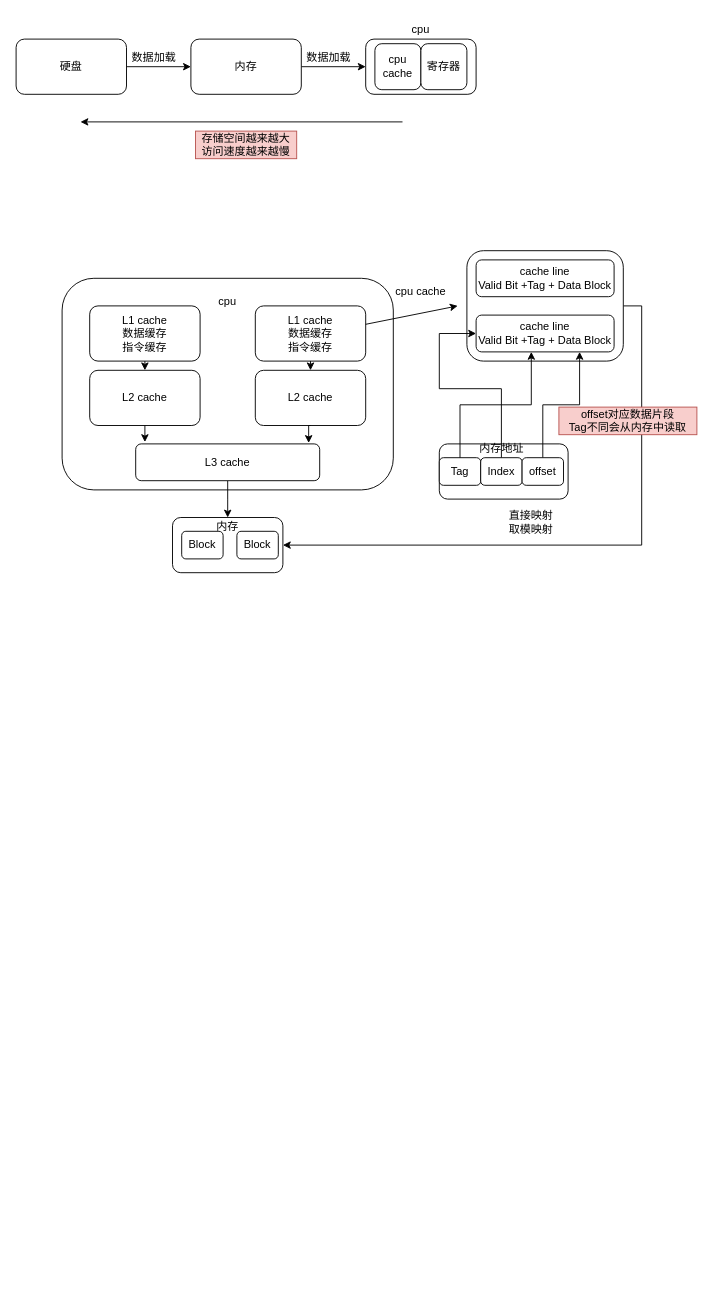
Before: 操作系统.drawio in 1155200424/diagrams, a draw.io diagram. Source tidied: cells renumbered, new cells numbered last; positions are measured from the earlier drawing's top-left corner, leaving out a move shared by most shapes. Both pictures are drawn from the tidied source at 92%, with x=0, y=0 at pixel (16, 16).
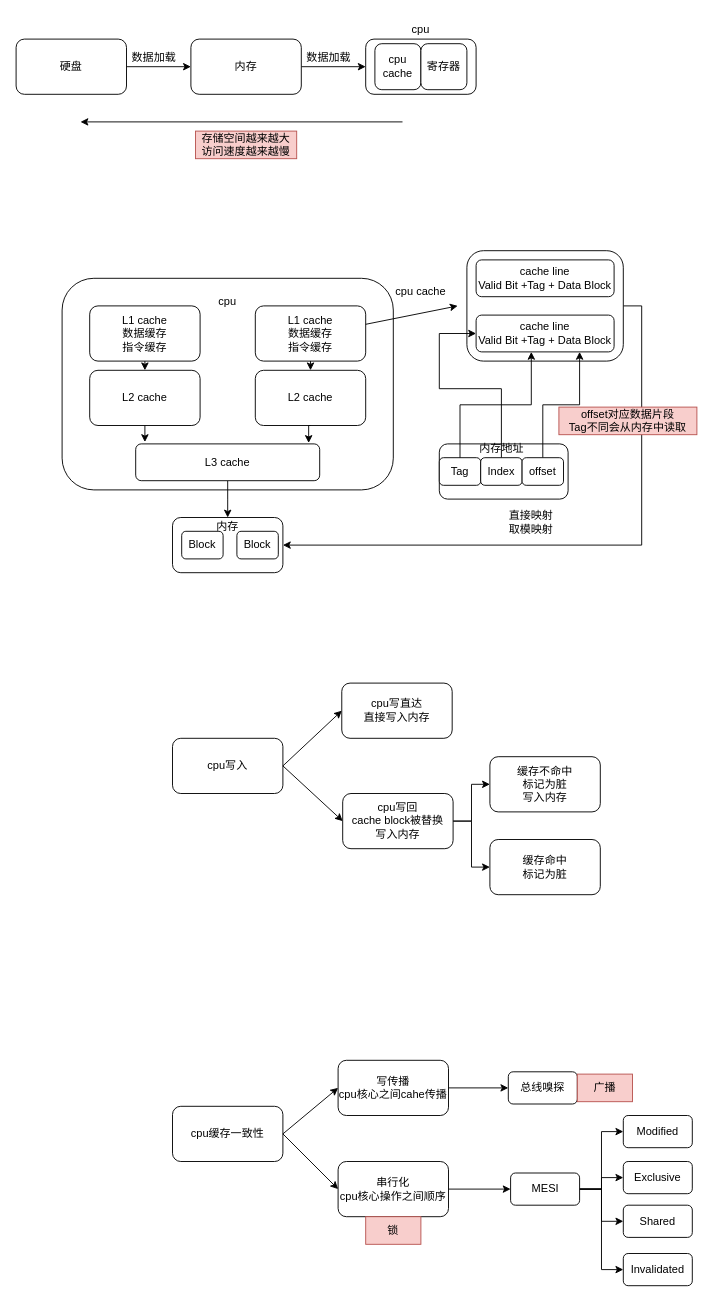
Above is the later version.

Commit message (it also covers changes not shown here):
更新操作系统.drawio

Diff of the diagram source:
```diff
@@
+    <mxCell id="46" value="cpu写入" style="rounded=1;whiteSpace=wrap;html=1;" parent="1" vertex="1">
+      <mxGeometry x="170" y="785" width="120" height="60" as="geometry" />
+    </mxCell>
+    <mxCell id="47" value="cpu写直达&lt;br&gt;直接写入内存" style="rounded=1;whiteSpace=wrap;html=1;" parent="1" vertex="1">
+      <mxGeometry x="354" y="725" width="120" height="60" as="geometry" />
+    </mxCell>
+    <mxCell id="48" style="edgeStyle=orthogonalEdgeStyle;rounded=0;jettySize=auto;html=1;exitX=1;exitY=0.5;exitDx=0;exitDy=0;entryX=0;entryY=0.5;entryDx=0;entryDy=0;" parent="1" edge="1" source="50" target="51">
+      <mxGeometry relative="1" as="geometry" />
+    </mxCell>
+    <mxCell id="49" style="edgeStyle=orthogonalEdgeStyle;rounded=0;jettySize=auto;html=1;exitX=1;exitY=0.5;exitDx=0;exitDy=0;entryX=0;entryY=0.5;entryDx=0;entryDy=0;" parent="1" edge="1" source="50" target="52">
+      <mxGeometry relative="1" as="geometry" />
+    </mxCell>
+    <mxCell id="50" value="cpu写回&lt;br&gt;cache block被替换&lt;br&gt;写入内存" style="rounded=1;whiteSpace=wrap;html=1;" parent="1" vertex="1">
+      <mxGeometry x="355" y="845" width="120" height="60" as="geometry" />
+    </mxCell>
+    <mxCell id="51" value="缓存不命中&lt;br&gt;标记为脏&lt;br&gt;写入内存" style="rounded=1;whiteSpace=wrap;html=1;" parent="1" vertex="1">
+      <mxGeometry x="515" y="805" width="120" height="60" as="geometry" />
+    </mxCell>
+    <mxCell id="52" value="缓存命中&lt;br&gt;标记为脏" style="rounded=1;whiteSpace=wrap;html=1;" parent="1" vertex="1">
+      <mxGeometry x="515" y="895" width="120" height="60" as="geometry" />
+    </mxCell>
+    <mxCell id="53" style="endArrow=classic;html=1;rounded=0;entryX=0;entryY=0.5;entryDx=0;entryDy=0;" parent="1" edge="1" target="47">
+      <mxGeometry relative="1" as="geometry">
+        <mxPoint x="290" y="815" as="sourcePoint" />
+      </mxGeometry>
+    </mxCell>
+    <mxCell id="54" style="endArrow=classic;html=1;rounded=0;entryX=0;entryY=0.5;entryDx=0;entryDy=0;" parent="1" edge="1" target="50">
+      <mxGeometry relative="1" as="geometry">
+        <mxPoint x="290" y="815" as="sourcePoint" />
+      </mxGeometry>
+    </mxCell>
+    <mxCell id="55" value="cpu缓存一致性" style="rounded=1;whiteSpace=wrap;html=1;" parent="1" vertex="1">
+      <mxGeometry x="170" y="1185" width="120" height="60" as="geometry" />
+    </mxCell>
+    <mxCell id="56" style="edgeStyle=orthogonalEdgeStyle;rounded=0;jettySize=auto;html=1;exitX=1;exitY=0.5;exitDx=0;exitDy=0;entryX=0;entryY=0.5;entryDx=0;entryDy=0;" parent="1" edge="1" source="57" target="63">
+      <mxGeometry relative="1" as="geometry" />
+    </mxCell>
+    <mxCell id="57" value="写传播&lt;br&gt;cpu核心之间cahe传播" style="rounded=1;whiteSpace=wrap;html=1;" parent="1" vertex="1">
+      <mxGeometry x="350" y="1135" width="120" height="60" as="geometry" />
+    </mxCell>
+    <mxCell id="58" style="edgeStyle=orthogonalEdgeStyle;rounded=0;jettySize=auto;html=1;exitX=1;exitY=0.5;exitDx=0;exitDy=0;" parent="1" edge="1" source="59" target="69">
+      <mxGeometry relative="1" as="geometry" />
+    </mxCell>
+    <mxCell id="59" value="串行化&lt;br&gt;cpu核心操作之间顺序" style="rounded=1;whiteSpace=wrap;html=1;" parent="1" vertex="1">
+      <mxGeometry x="350" y="1245" width="120" height="60" as="geometry" />
+    </mxCell>
+    <mxCell id="60" value="锁" style="text;html=1;align=center;verticalAlign=middle;whiteSpace=wrap;rounded=0;fillColor=#f8cecc;strokeColor=#b85450;" parent="1" vertex="1">
+      <mxGeometry x="380" y="1305" width="60" height="30" as="geometry" />
+    </mxCell>
+    <mxCell id="61" style="endArrow=classic;html=1;rounded=0;entryX=0;entryY=0.5;entryDx=0;entryDy=0;" parent="1" edge="1" target="57">
+      <mxGeometry relative="1" as="geometry">
+        <mxPoint x="290" y="1215" as="sourcePoint" />
+      </mxGeometry>
+    </mxCell>
+    <mxCell id="62" style="endArrow=classic;html=1;rounded=0;entryX=0;entryY=0.5;entryDx=0;entryDy=0;" parent="1" edge="1" target="59">
+      <mxGeometry relative="1" as="geometry">
+        <mxPoint x="290" y="1215" as="sourcePoint" />
+      </mxGeometry>
+    </mxCell>
+    <mxCell id="63" value="总线嗅探" style="rounded=1;whiteSpace=wrap;html=1;" parent="1" vertex="1">
+      <mxGeometry x="535" y="1147.5" width="75" height="35" as="geometry" />
+    </mxCell>
+    <mxCell id="64" value="广播" style="text;html=1;align=center;verticalAlign=middle;whiteSpace=wrap;rounded=0;fillColor=#f8cecc;strokeColor=#b85450;" parent="1" vertex="1">
+      <mxGeometry x="610" y="1150" width="60" height="30" as="geometry" />
+    </mxCell>
+    <mxCell id="65" style="edgeStyle=orthogonalEdgeStyle;rounded=0;jettySize=auto;html=1;exitX=1;exitY=0.5;exitDx=0;exitDy=0;entryX=0;entryY=0.5;entryDx=0;entryDy=0;" parent="1" edge="1" source="69" target="70">
+      <mxGeometry relative="1" as="geometry" />
+    </mxCell>
+    <mxCell id="66" style="edgeStyle=orthogonalEdgeStyle;rounded=0;jettySize=auto;html=1;exitX=1;exitY=0.5;exitDx=0;exitDy=0;entryX=0;entryY=0.5;entryDx=0;entryDy=0;" parent="1" edge="1" source="69" target="71">
+      <mxGeometry relative="1" as="geometry" />
+    </mxCell>
+    <mxCell id="67" style="edgeStyle=orthogonalEdgeStyle;rounded=0;jettySize=auto;html=1;exitX=1;exitY=0.5;exitDx=0;exitDy=0;entryX=0;entryY=0.5;entryDx=0;entryDy=0;" parent="1" edge="1" source="69" target="72">
+      <mxGeometry relative="1" as="geometry" />
+    </mxCell>
+    <mxCell id="68" style="edgeStyle=orthogonalEdgeStyle;rounded=0;jettySize=auto;html=1;exitX=1;exitY=0.5;exitDx=0;exitDy=0;entryX=0;entryY=0.5;entryDx=0;entryDy=0;" parent="1" edge="1" source="69" target="73">
+      <mxGeometry relative="1" as="geometry" />
+    </mxCell>
+    <mxCell id="69" value="MESI" style="rounded=1;whiteSpace=wrap;html=1;" parent="1" vertex="1">
+      <mxGeometry x="537.5" y="1257.5" width="75" height="35" as="geometry" />
+    </mxCell>
+    <mxCell id="70" value="Modified" style="rounded=1;whiteSpace=wrap;html=1;" parent="1" vertex="1">
+      <mxGeometry x="660" y="1195" width="75" height="35" as="geometry" />
+    </mxCell>
+    <mxCell id="71" value="Exclusive" style="rounded=1;whiteSpace=wrap;html=1;" parent="1" vertex="1">
+      <mxGeometry x="660" y="1245" width="75" height="35" as="geometry" />
+    </mxCell>
+    <mxCell id="72" value="Shared" style="rounded=1;whiteSpace=wrap;html=1;" parent="1" vertex="1">
+      <mxGeometry x="660" y="1292.5" width="75" height="35" as="geometry" />
+    </mxCell>
+    <mxCell id="73" value="Invalidated" style="rounded=1;whiteSpace=wrap;html=1;" parent="1" vertex="1">
+      <mxGeometry x="660" y="1345" width="75" height="35" as="geometry" />
+    </mxCell>
```
